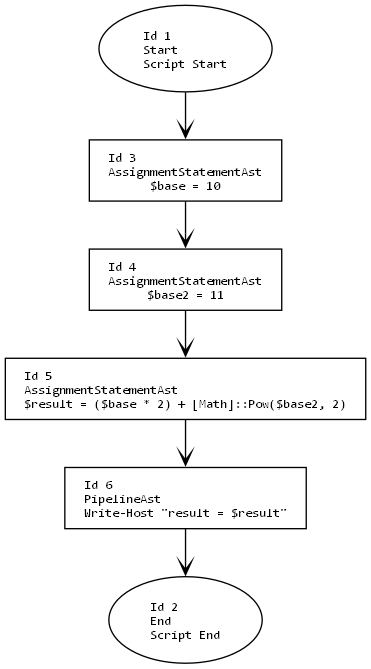
This is in/in.png from mine41/deob, a Graphviz export, as it was before one commit. Its source is kept beside it as in/in.dot.
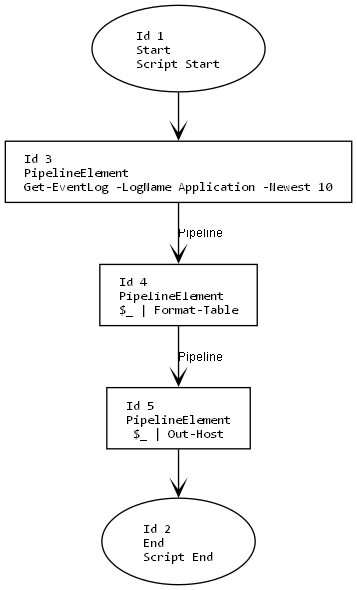
Above is the later version.

The edit, as a diff of the source:
```diff
@@ -12,14 +12,12 @@
 
     1 [label="Id 1\lStart\lScript Start", shape=oval];
     2 [label="Id 2\lEnd\lScript End", shape=oval];
-    3 [label="Id 3\lAssignmentStatementAst\l$base = 10", shape=box];
-    4 [label="Id 4\lAssignmentStatementAst\l$base2 = 11", shape=box];
-    5 [label="Id 5\lAssignmentStatementAst\l$result = ($base * 2) + [Math]::Pow($base2, 2)", shape=box];
-    6 [label="Id 6\lPipelineAst\lWrite-Host \"result = $result\"", shape=box];
+    3 [label="Id 3\lPipelineElement\lGet-EventLog -LogName Application -Newest 10", shape=box];
+    4 [label="Id 4\lPipelineElement\l$_ | Format-Table", shape=box];
+    5 [label="Id 5\lPipelineElement\l$_ | Out-Host", shape=box];
 
     1 -> 3;
-    3 -> 4;
-    4 -> 5;
-    5 -> 6;
-    6 -> 2;
+    3 -> 4 [label="Pipeline"];
+    4 -> 5 [label="Pipeline"];
+    5 -> 2;
 }
```
